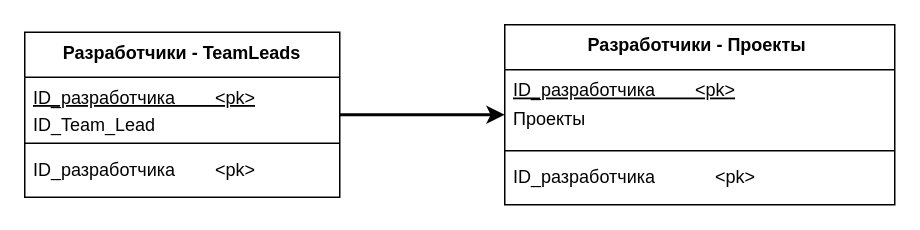
TverdohlebovVladislav/Data-Bases keeps this draw.io diagram as Untitled Diagram.drawio. Above is the earlier version. Source tidied: cells renumbered, new cells numbered last; positions are measured from the earlier drawing's top-left corner, leaving out a move shared by most shapes. Both pictures are drawn from the tidied source at 150%, with x=0, y=0 at pixel (24, 24).
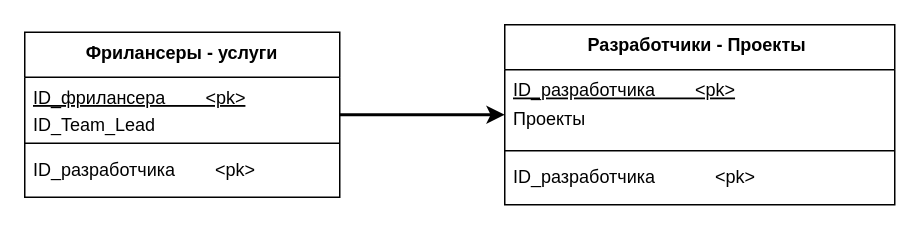
The same page after the edit.

What changed in the source:
```diff
@@
 <mxGraphModel>
   <root>
     <mxCell id="0" />
     <mxCell id="1" parent="0" />
     <mxCell id="2" style="edgeStyle=orthogonalEdgeStyle;rounded=0;jettySize=auto;html=1;fontSize=38;strokeWidth=2;" parent="1" edge="1" source="3" target="8">
       <mxGeometry relative="1" as="geometry" />
     </mxCell>
-    <mxCell id="3" value="Разработчики - TeamLeads" style="swimlane;fontStyle=1;align=center;verticalAlign=top;horizontal=1;startSize=30;" parent="1" vertex="1">
+    <mxCell id="3" value="Фрилансеры  - услуги" style="swimlane;fontStyle=1;align=center;verticalAlign=top;horizontal=1;startSize=30;" parent="1" vertex="1">
       <mxGeometry y="5" width="210" height="110" as="geometry" />
     </mxCell>
-    <mxCell id="4" value="ID_разработчика        &lt;pk&gt;&#10;" style="text;strokeColor=none;fillColor=none;align=left;verticalAlign=top;spacingLeft=4;spacingRight=4;overflow=hidden;fontStyle=4;spacing=2;spacingTop=0;" parent="3" vertex="1">
+    <mxCell id="4" value="ID_фрилансера        &lt;pk&gt;&#10;" style="text;strokeColor=none;fillColor=none;align=left;verticalAlign=top;spacingLeft=4;spacingRight=4;overflow=hidden;fontStyle=4;spacing=2;spacingTop=0;" parent="3" vertex="1">
       <mxGeometry y="30" width="210" height="30" as="geometry" />
     </mxCell>
     <mxCell id="5" value="ID_Team_Lead" style="text;strokeColor=none;fillColor=none;align=left;verticalAlign=top;spacingLeft=6;spacingRight=4;overflow=hidden;fontStyle=0;spacing=0;spacingTop=-10;" parent="3" vertex="1">
       <mxGeometry y="60" width="210" height="10" as="geometry" />
     </mxCell>
     <mxCell id="6" style="line;strokeWidth=1;fillColor=none;align=left;verticalAlign=middle;spacingTop=-1;spacingLeft=3;spacingRight=3;labelPosition=right;" parent="3" vertex="1">
       <mxGeometry y="70" width="210" height="8" as="geometry" />
     </mxCell>
     <mxCell id="7" value="ID_разработчика        &lt;pk&gt;&#10;" style="text;strokeColor=none;fillColor=none;align=left;verticalAlign=top;spacingLeft=4;spacingRight=4;overflow=hidden;" parent="3" vertex="1">
       <mxGeometry y="78" width="210" height="32" as="geometry" />
     </mxCell>
     <mxCell id="8" value="Разработчики - Проекты " style="swimlane;fontStyle=1;align=center;verticalAlign=top;horizontal=1;startSize=30;" parent="1" vertex="1">
       <mxGeometry x="320" width="260" height="120" as="geometry" />
     </mxCell>
     <mxCell id="9" value="ID_разработчика        &lt;pk&gt;&#10;" style="text;strokeColor=none;fillColor=none;align=left;verticalAlign=top;spacingLeft=4;spacingRight=4;overflow=hidden;fontStyle=4;spacing=2;spacingTop=0;" parent="8" vertex="1">
       <mxGeometry y="30" width="260" height="30" as="geometry" />
     </mxCell>
     <mxCell id="10" value="Проекты&#10;" style="text;strokeColor=none;fillColor=none;align=left;verticalAlign=top;spacingLeft=6;spacingRight=4;overflow=hidden;fontStyle=0;spacing=0;spacingTop=-9;" parent="8" vertex="1">
       <mxGeometry y="60" width="260" height="20" as="geometry" />
     </mxCell>
     <mxCell id="11" style="line;strokeWidth=1;fillColor=none;align=left;verticalAlign=middle;spacingTop=-1;spacingLeft=3;spacingRight=3;labelPosition=right;" parent="8" vertex="1">
       <mxGeometry y="80" width="260" height="8" as="geometry" />
     </mxCell>
     <mxCell id="12" value="ID_разработчика            &lt;pk&gt;&#10;" style="text;strokeColor=none;fillColor=none;align=left;verticalAlign=top;spacingLeft=4;spacingRight=4;overflow=hidden;" parent="8" vertex="1">
       <mxGeometry y="88" width="260" height="32" as="geometry" />
     </mxCell>
   </root>
 </mxGraphModel>
```
